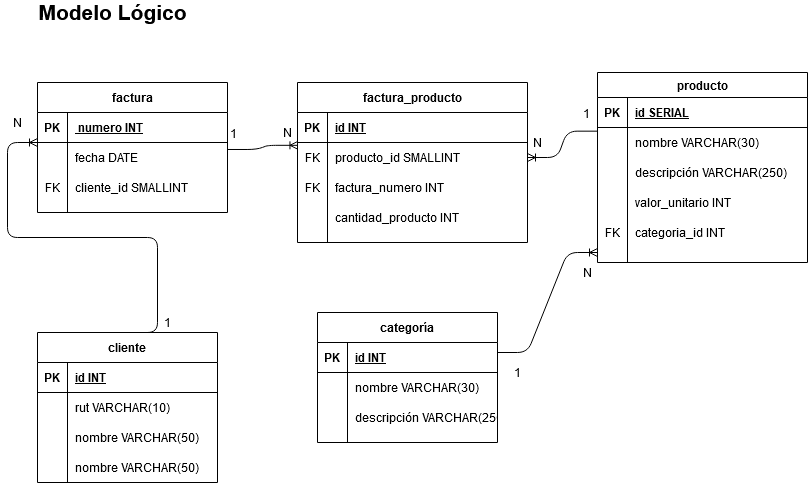
The draw.io diagram prueba_sql.png in gilibethvega/prueba_sql, before a commit. Source tidied: cells renumbered, new cells last; positions are measured from the earlier drawing's top-left corner, leaving out a move shared by most shapes.
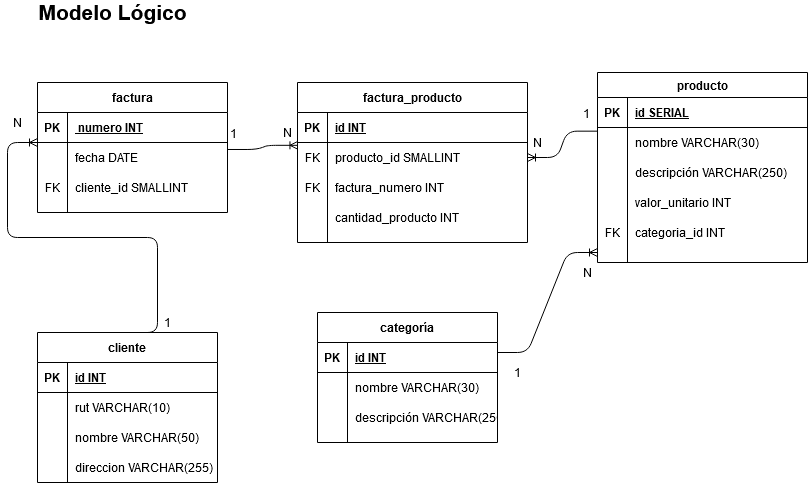
Later version of the same file.

Change to the diagram source:
```diff
@@ -229,7 +229,7 @@
     <mxCell id="75" style="shape=partialRectangle;fillColor=none;top=0;left=0;bottom=0;right=0;overflow=hidden;" parent="74" vertex="1">
       <mxGeometry width="30" height="30" as="geometry" />
     </mxCell>
-    <mxCell id="76" value="nombre VARCHAR(50)" style="shape=partialRectangle;fillColor=none;top=0;left=0;bottom=0;right=0;align=left;spacingLeft=6;overflow=hidden;" parent="74" vertex="1">
+    <mxCell id="76" value="direccion VARCHAR(255)" style="shape=partialRectangle;fillColor=none;top=0;left=0;bottom=0;right=0;align=left;spacingLeft=6;overflow=hidden;" parent="74" vertex="1">
       <mxGeometry x="30" width="150" height="30" as="geometry" />
     </mxCell>
   </root>
```
